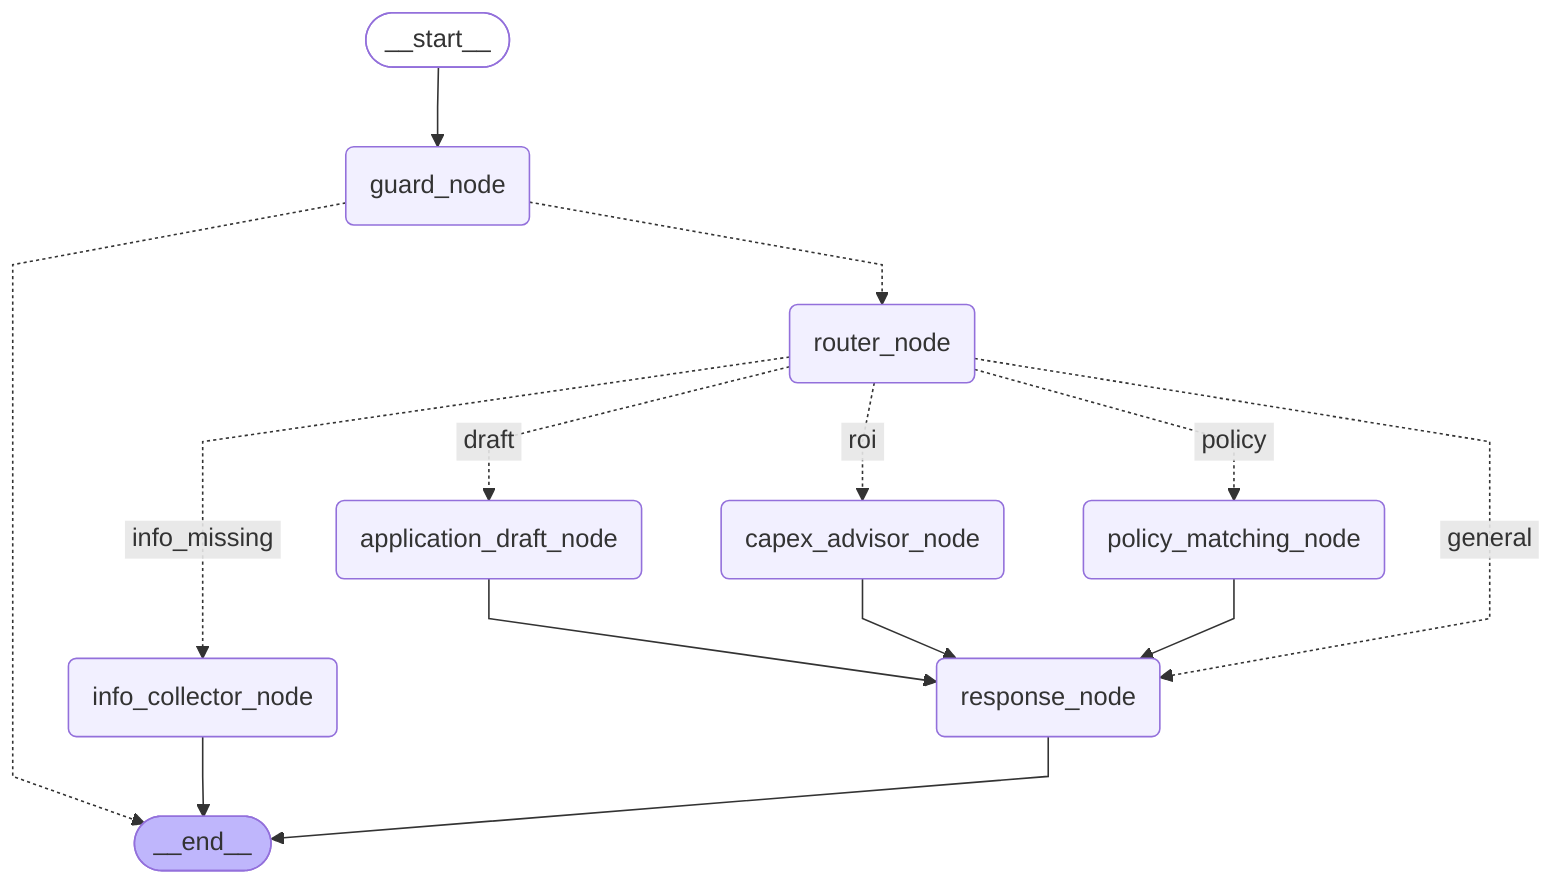
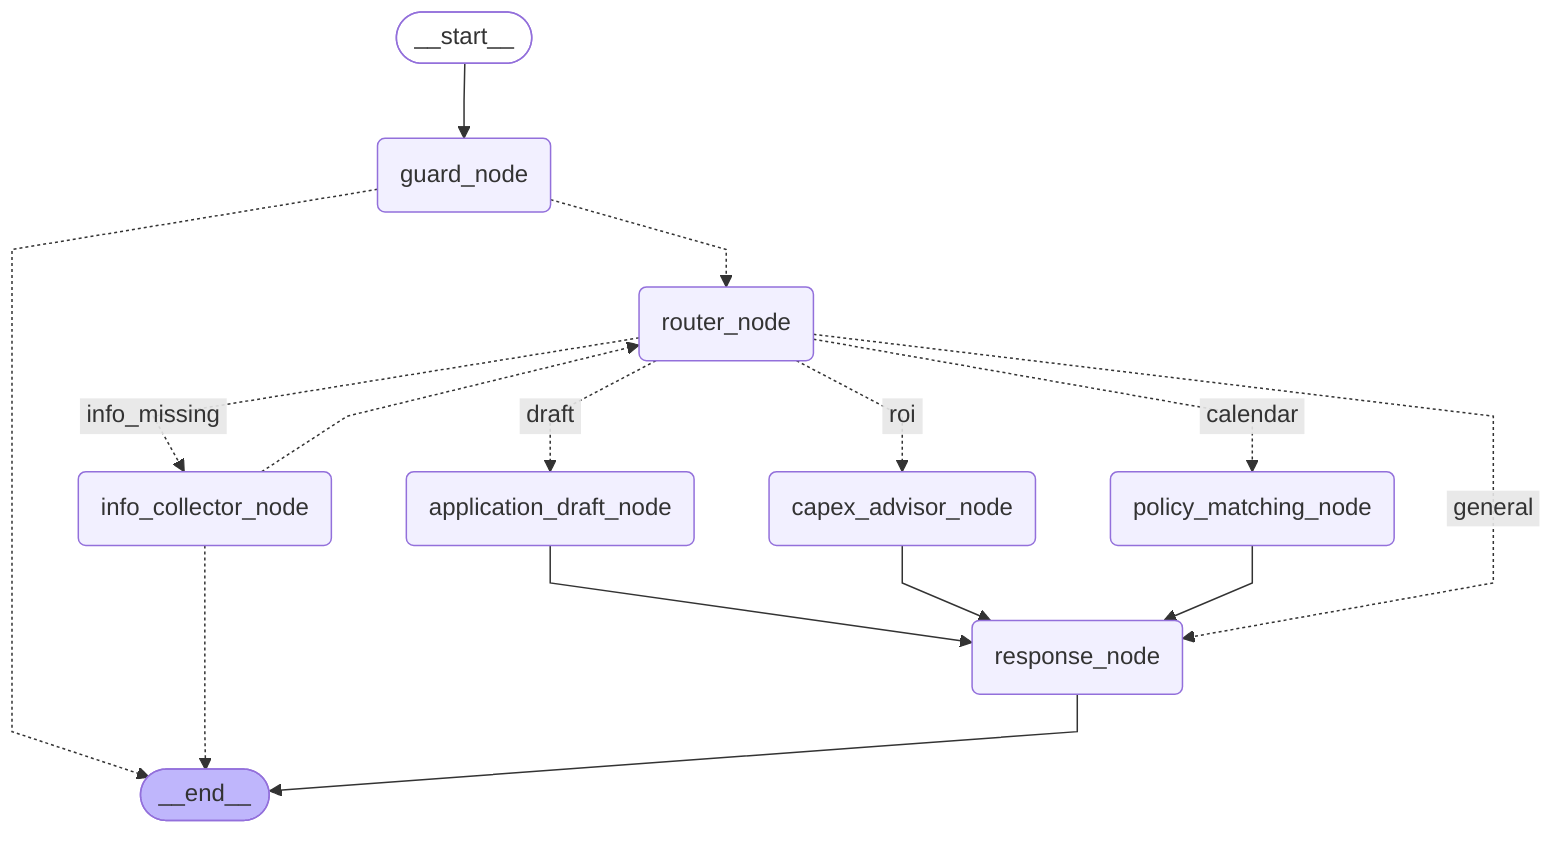
---
config:
  flowchart:
    curve: linear
---
graph TD;
	__start__([<p>__start__</p>]):::first
	guard_node(guard_node)
	router_node(router_node)
	info_collector_node(info_collector_node)
	capex_advisor_node(capex_advisor_node)
	policy_matching_node(policy_matching_node)
	application_draft_node(application_draft_node)
	response_node(response_node)
	__end__([<p>__end__</p>]):::last
	__start__ --> guard_node;
	application_draft_node --> response_node;
	capex_advisor_node --> response_node;
	guard_node -.-> __end__;
	guard_node -.-> router_node;
+ 	info_collector_node -.-> __end__;
+ 	info_collector_node -.-> router_node;
	policy_matching_node --> response_node;
	router_node -. &nbsp;draft&nbsp; .-> application_draft_node;
	router_node -. &nbsp;roi&nbsp; .-> capex_advisor_node;
	router_node -. &nbsp;info_missing&nbsp; .-> info_collector_node;
- 	router_node -. &nbsp;policy&nbsp; .-> policy_matching_node;
+ 	router_node -. &nbsp;calendar&nbsp; .-> policy_matching_node;
	router_node -. &nbsp;general&nbsp; .-> response_node;
- 	info_collector_node --> __end__;
	response_node --> __end__;
	classDef default fill:#f2f0ff,line-height:1.2
	classDef first fill-opacity:0
	classDef last fill:#bfb6fc
